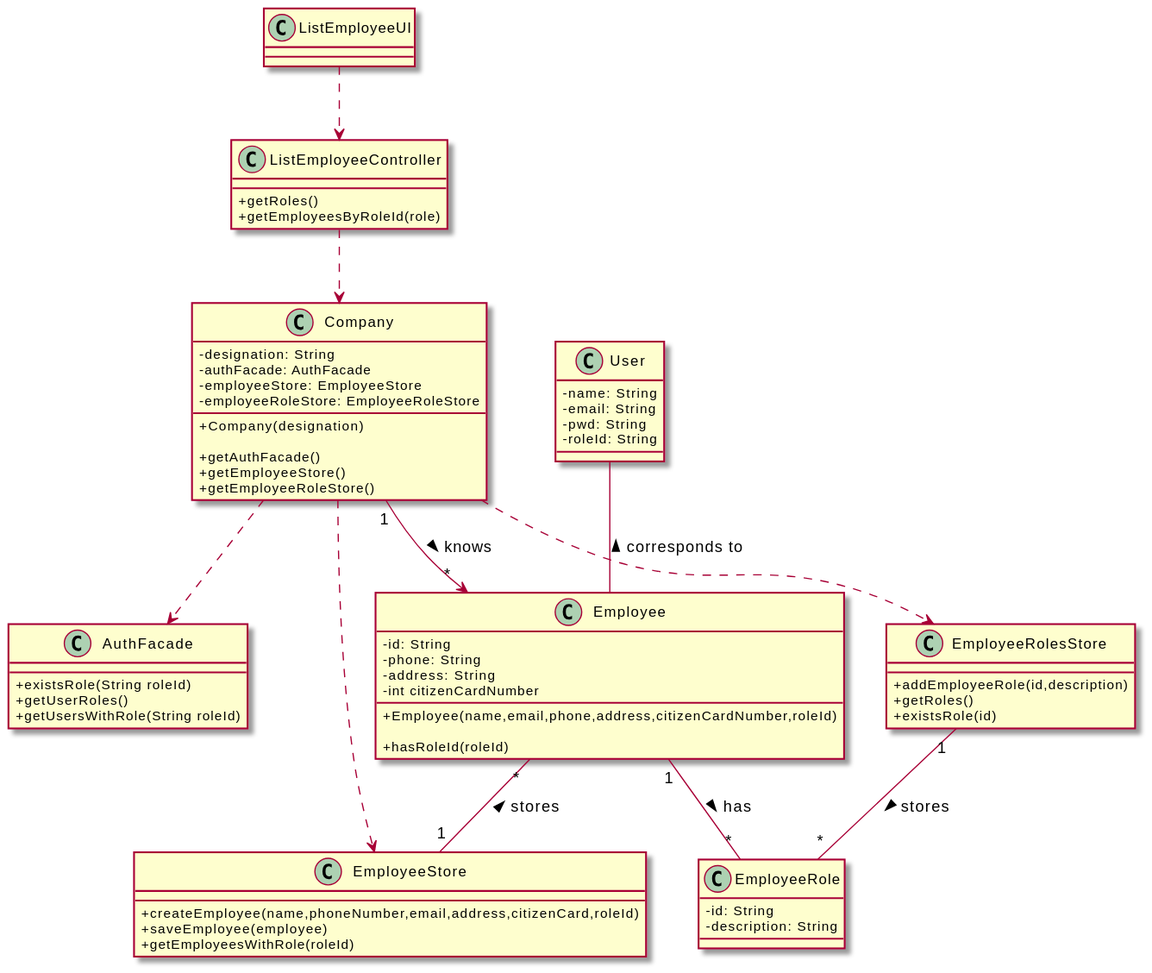
This is docs/SprintB/US11/CD/US11_CD.svg from miseEnPlace-i/lapr2, a PlantUML export, as it was before one commit.
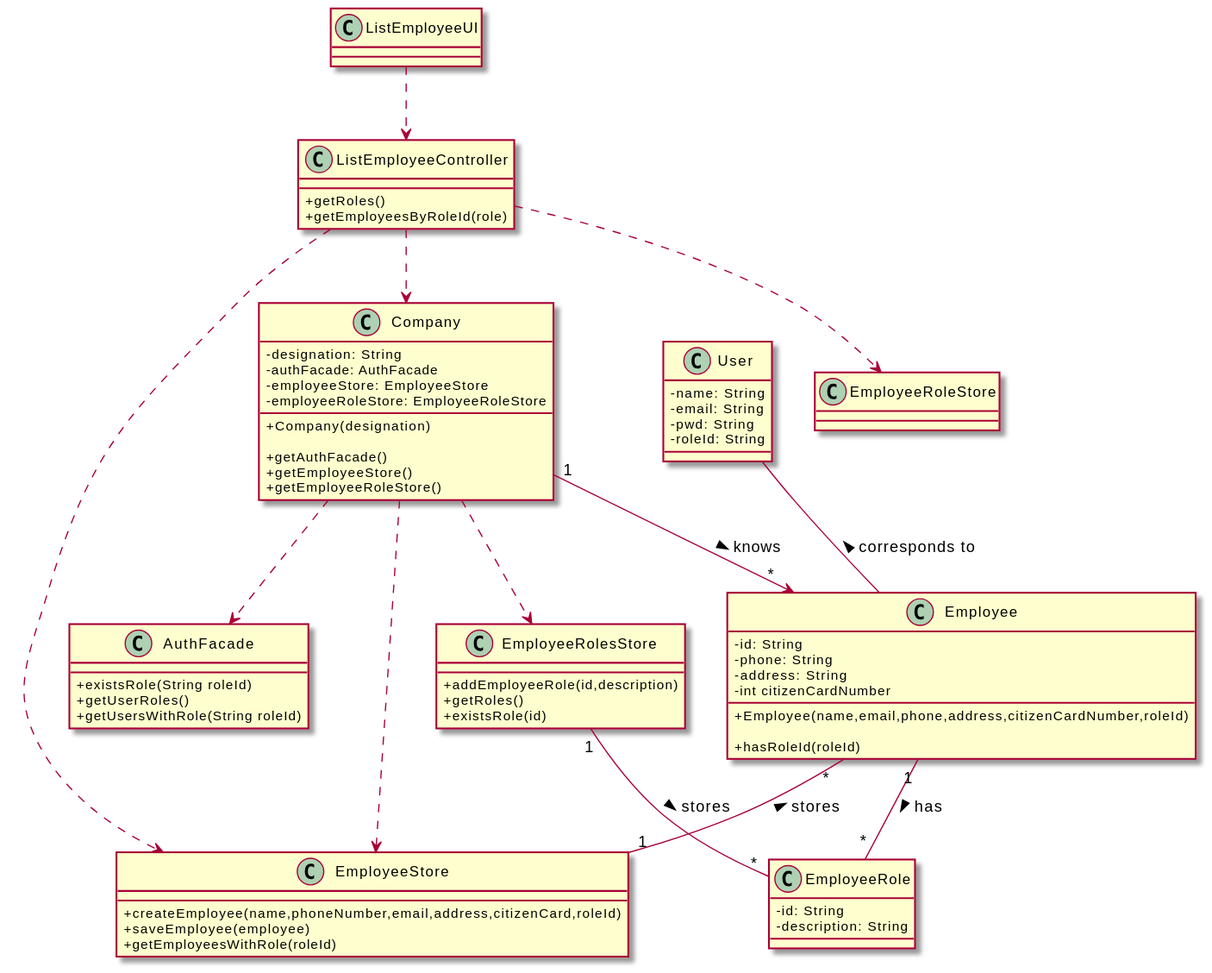
Above is the later version.

Commit message:
docs(SD): added controller to store relations

Diff of the diagram source:
```diff
@@ -74,6 +74,9 @@
 Company ..> EmployeeRolesStore
 Employee "1" -- "*" EmployeeRole : has >
 
+ListEmployeeController ..> EmployeeStore
+ListEmployeeController ..> EmployeeRoleStore
+
 User -- Employee : corresponds to <
 
 @enduml
```
